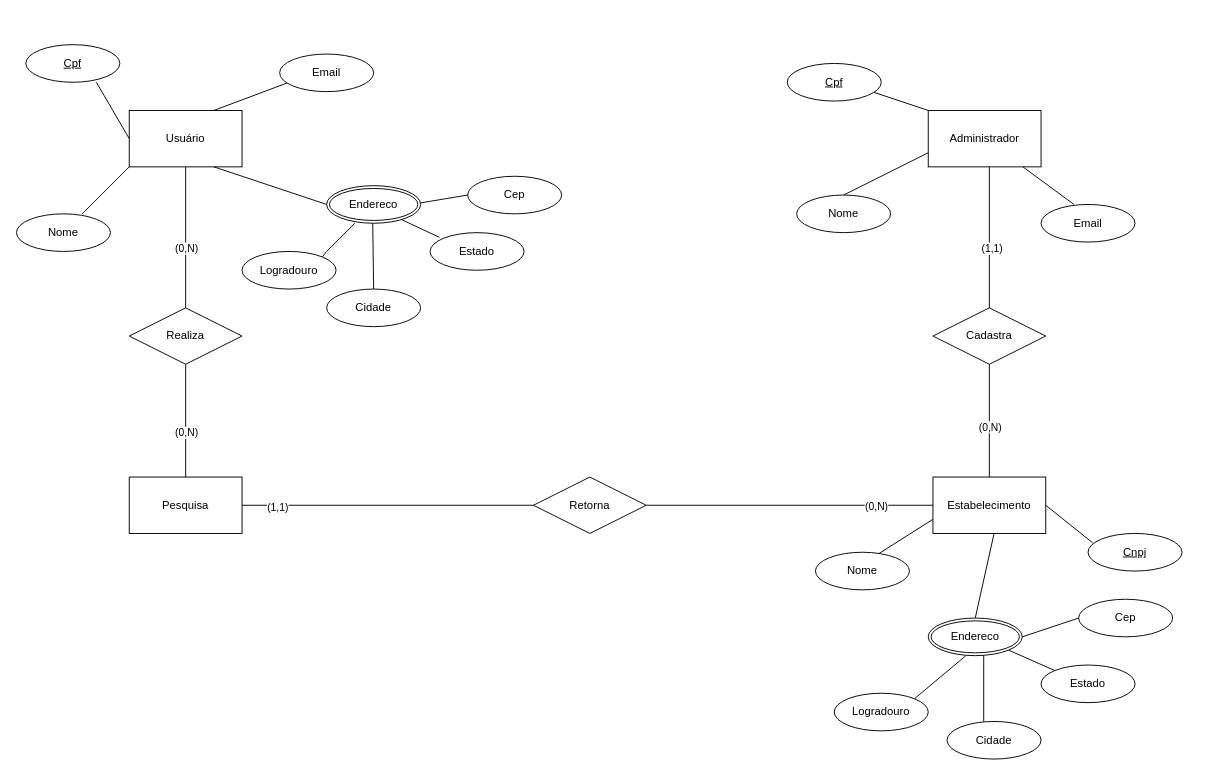
The draw.io diagram docs/img/Diagrama ER Fuel+.drawio in ICEI-PUC-Minas-PMV-ADS/pmv-ads-2024-1-e3-proj-mov-t4-fuel, before the edit. Source tidied: cells renumbered, new cells numbered last; positions are measured from the earlier drawing's top-left corner, leaving out a move shared by most shapes. Both pictures are drawn from the tidied source at 94%, with x=0, y=0 at pixel (16, 44).
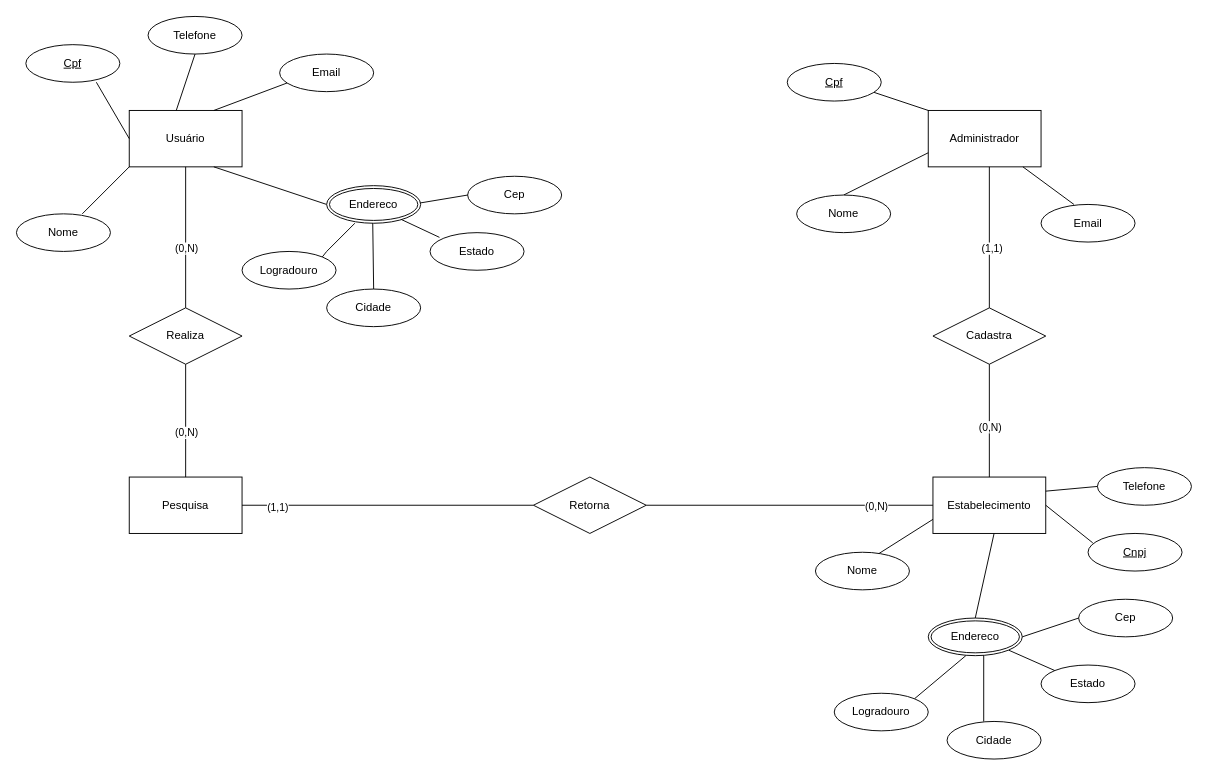
Above is the later version.

The change refers to these unchanged cells:
```xml
<mxCell id="5" value="Estabelecimento" style="rounded=0;whiteSpace=wrap;html=1;" parent="1" vertex="1">
  <mxGeometry x="975" y="460" width="120" height="60" as="geometry" />
</mxCell>
```

Diff of the diagram source:
```diff
@@
+    <mxCell id="57" value="Telefone" style="ellipse;whiteSpace=wrap;html=1;align=center;" parent="1" vertex="1">
+      <mxGeometry x="140" y="-30" width="100" height="40" as="geometry" />
+    </mxCell>
+    <mxCell id="58" style="endArrow=none;html=1;rounded=0;entryX=0.5;entryY=1;entryDx=0;entryDy=0;" parent="1" edge="1" target="57">
+      <mxGeometry relative="1" as="geometry">
+        <mxPoint x="170" y="70" as="sourcePoint" />
+      </mxGeometry>
+    </mxCell>
+    <mxCell id="59" value="Telefone" style="ellipse;whiteSpace=wrap;html=1;align=center;" parent="1" vertex="1">
+      <mxGeometry x="1150" y="450" width="100" height="40" as="geometry" />
+    </mxCell>
+    <mxCell id="60" style="endArrow=none;html=1;rounded=0;entryX=0;entryY=0.5;entryDx=0;entryDy=0;exitX=1;exitY=0.25;exitDx=0;exitDy=0;" parent="1" edge="1" source="5" target="59">
+      <mxGeometry relative="1" as="geometry" />
+    </mxCell>
```
